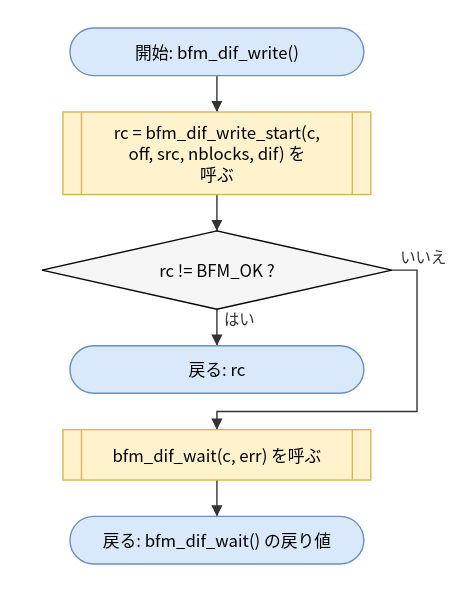
Earlier version of the draw.io export doc/spec/images/flow_src_bfm_dif-bfm_dif_write.drawio.svg (hf355051012-ai/bfmem). Source tidied: cells renumbered, new cells last; positions are measured from the earlier drawing's top-left corner, leaving out a move shared by most shapes.
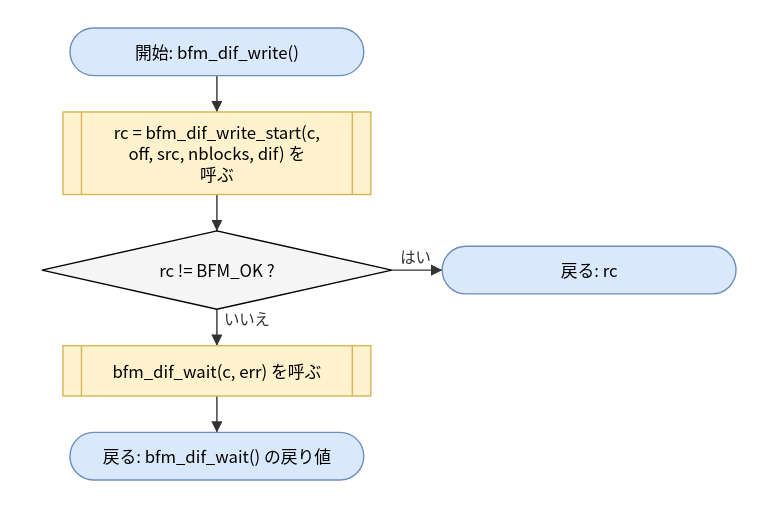
After the change.

The edit, as a diff of the source:
```diff
@@ -12,13 +12,13 @@
       <mxGeometry y="145" width="250" height="56" as="geometry" />
     </mxCell>
     <mxCell id="5" value="戻る: rc" style="rounded=1;arcSize=50;whiteSpace=wrap;html=1;fillColor=#dae8fc;strokeColor=#6c8ebf;" parent="1" vertex="1">
-      <mxGeometry x="20" y="227" width="210" height="34" as="geometry" />
+      <mxGeometry x="286" y="156" width="210" height="34" as="geometry" />
     </mxCell>
     <mxCell id="6" value="bfm_dif_wait(c, err) を呼ぶ" style="shape=process;whiteSpace=wrap;html=1;backgroundOutline=1;size=0.06;fillColor=#fff2cc;strokeColor=#d6b656;" parent="1" vertex="1">
-      <mxGeometry x="15" y="287" width="220" height="36" as="geometry" />
+      <mxGeometry x="15" y="227" width="220" height="36" as="geometry" />
     </mxCell>
     <mxCell id="7" value="戻る: bfm_dif_wait() の戻り値" style="rounded=1;arcSize=50;whiteSpace=wrap;html=1;fillColor=#dae8fc;strokeColor=#6c8ebf;" parent="1" vertex="1">
-      <mxGeometry x="20" y="349" width="210" height="34" as="geometry" />
+      <mxGeometry x="20" y="289" width="210" height="34" as="geometry" />
     </mxCell>
     <mxCell id="8" style="edgeStyle=none;html=1;rounded=0;endArrow=block;endFill=1;exitX=0.5000;exitY=1.0000;exitDx=0;exitDy=0;exitPerimeter=0;entryX=0.5000;entryY=0.0000;entryDx=0;entryDy=0;entryPerimeter=0;" parent="1" edge="1" source="2" target="3">
       <mxGeometry relative="1" as="geometry" />
@@ -26,17 +26,11 @@
     <mxCell id="9" style="edgeStyle=none;html=1;rounded=0;endArrow=block;endFill=1;exitX=0.5000;exitY=1.0000;exitDx=0;exitDy=0;exitPerimeter=0;entryX=0.5000;entryY=0.0000;entryDx=0;entryDy=0;entryPerimeter=0;" parent="1" edge="1" source="3" target="4">
       <mxGeometry relative="1" as="geometry" />
     </mxCell>
-    <mxCell id="10" value="はい" style="edgeStyle=none;html=1;rounded=0;endArrow=block;endFill=1;exitX=0.5000;exitY=1.0000;exitDx=0;exitDy=0;exitPerimeter=0;entryX=0.5000;entryY=0.0000;entryDx=0;entryDy=0;entryPerimeter=0;" parent="1" edge="1" source="4" target="5">
+    <mxCell id="10" value="はい" style="edgeStyle=none;html=1;rounded=0;endArrow=block;endFill=1;exitX=1.0000;exitY=0.5000;exitDx=0;exitDy=0;exitPerimeter=0;entryX=0.0000;entryY=0.5000;entryDx=0;entryDy=0;entryPerimeter=0;" parent="1" edge="1" source="4" target="5">
       <mxGeometry relative="1" as="geometry" />
     </mxCell>
-    <mxCell id="11" value="いいえ" style="edgeStyle=none;html=1;rounded=0;endArrow=block;endFill=1;exitX=1.0000;exitY=0.5000;exitDx=0;exitDy=0;exitPerimeter=0;entryX=0.5000;entryY=0.0000;entryDx=0;entryDy=0;entryPerimeter=0;" parent="1" edge="1" source="4" target="6">
-      <mxGeometry relative="1" as="geometry">
-        <Array as="points">
-          <mxPoint x="268" y="173" />
-          <mxPoint x="268" y="274" />
-          <mxPoint x="125" y="274" />
-        </Array>
-      </mxGeometry>
+    <mxCell id="11" value="いいえ" style="edgeStyle=none;html=1;rounded=0;endArrow=block;endFill=1;exitX=0.5000;exitY=1.0000;exitDx=0;exitDy=0;exitPerimeter=0;entryX=0.5000;entryY=0.0000;entryDx=0;entryDy=0;entryPerimeter=0;" parent="1" edge="1" source="4" target="6">
+      <mxGeometry relative="1" as="geometry" />
     </mxCell>
     <mxCell id="12" style="edgeStyle=none;html=1;rounded=0;endArrow=block;endFill=1;exitX=0.5000;exitY=1.0000;exitDx=0;exitDy=0;exitPerimeter=0;entryX=0.5000;entryY=0.0000;entryDx=0;entryDy=0;entryPerimeter=0;" parent="1" edge="1" source="6" target="7">
       <mxGeometry relative="1" as="geometry" />
```
